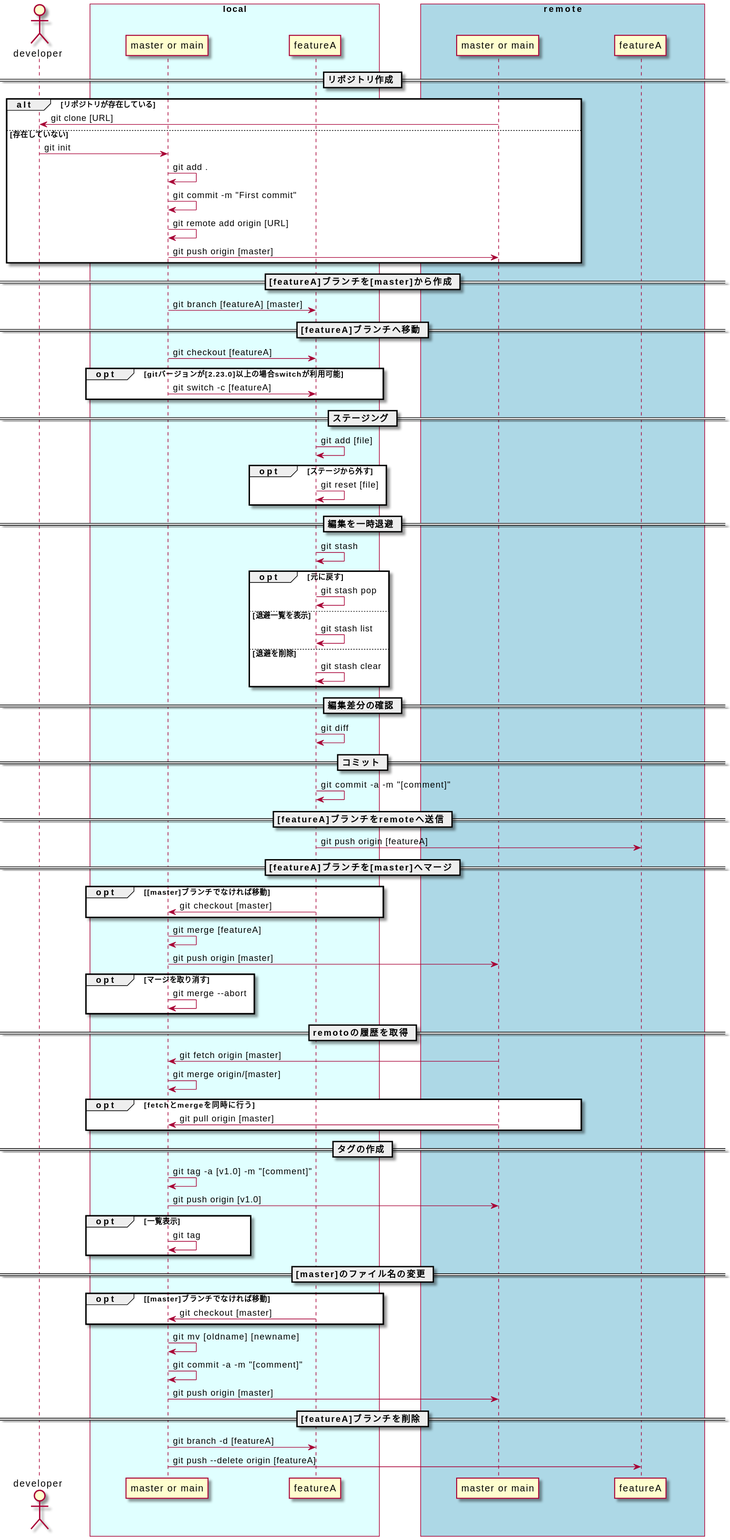
Before: docs/svg/git-command-cheat-sheet.svg, a diagram exported from PlantUML (nk-tamago/git-command-cheat-sheet).
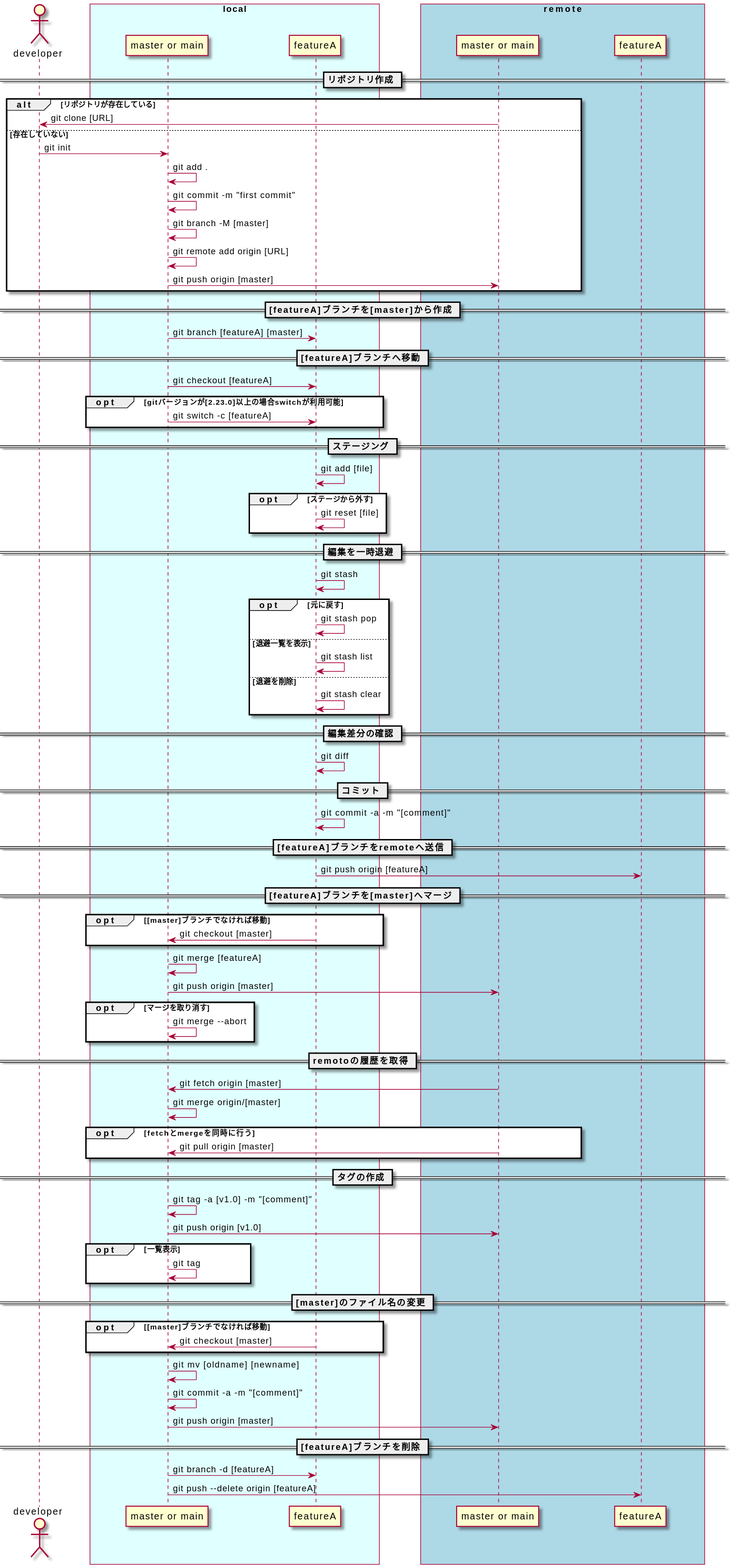
Above is the later version.

What changed in the source:
```diff
@@ -19,7 +19,8 @@
 else 存在していない
 developer -> lmaster : git init
 lmaster -> lmaster : git add .
-lmaster -> lmaster : git commit -m "First commit"
+lmaster -> lmaster : git commit -m "first commit"
+lmaster -> lmaster : git branch -M [master]
 lmaster -> lmaster : git remote add origin [URL]
 lmaster -> rmaster : git push origin [master]
 end
```
